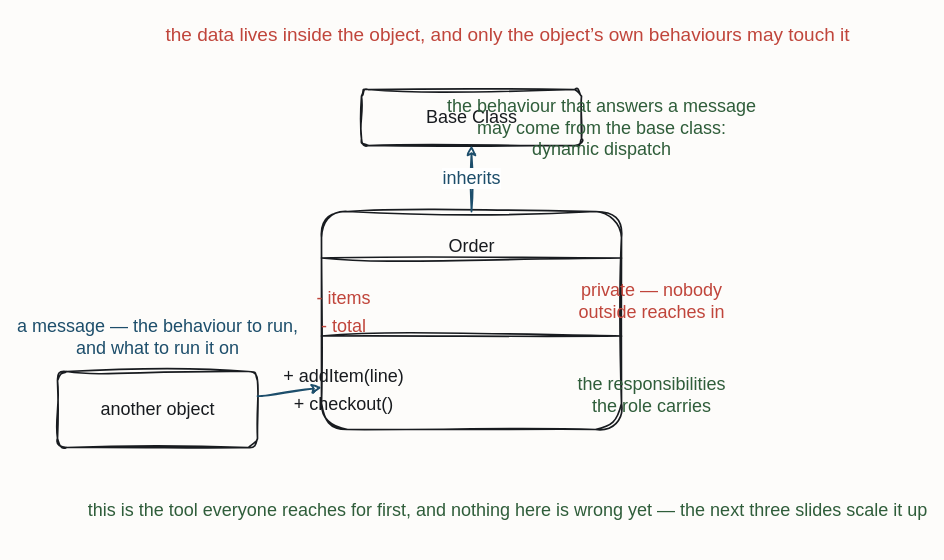
The draw.io diagram resources/flow-oo-class.drawio in iancooper/practical-messaging, before the edit. Source tidied: cells renumbered, new cells numbered last; positions are measured from the earlier drawing's top-left corner, leaving out a move shared by most shapes. Both pictures are drawn from the tidied source at 100%, with x=0, y=0 at pixel (57, 17).
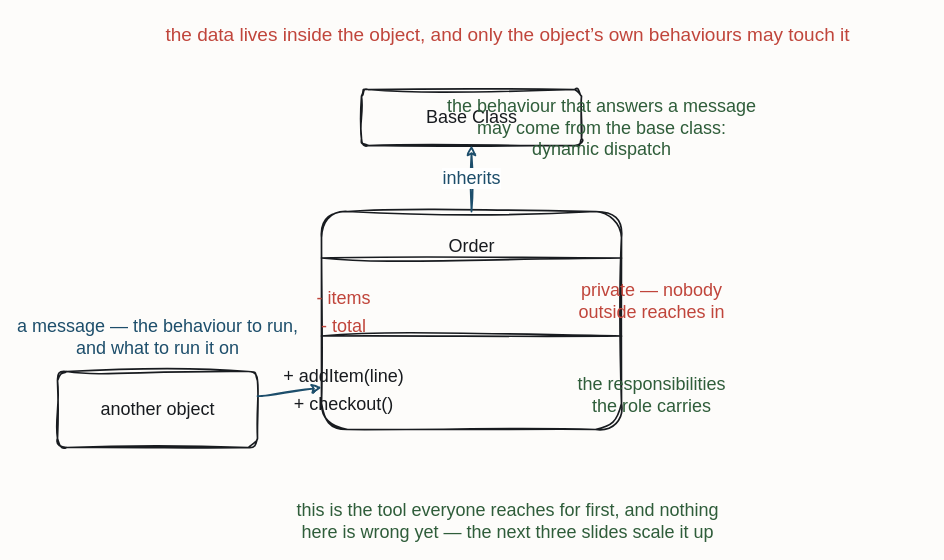
Above is the later version.

The edit, as a diff of the source:
```diff
@@
-    <mxCell id="17" value="this is the tool everyone reaches for first, and nothing here is wrong yet — the next three slides scale it up" style="text;html=1;align=center;fontFamily=Caveat;fontSize=18;fontColor=#2F5D3A;" parent="1" vertex="1">
+    <mxCell id="17" value="this is the tool everyone reaches for first, and nothing&#10;here is wrong yet — the next three slides scale it up" style="text;html=1;align=center;fontFamily=Caveat;fontSize=18;fontColor=#2F5D3A;" parent="1" vertex="1">
       <mxGeometry x="390" y="476" width="120" height="20" as="geometry" />
     </mxCell>
```
